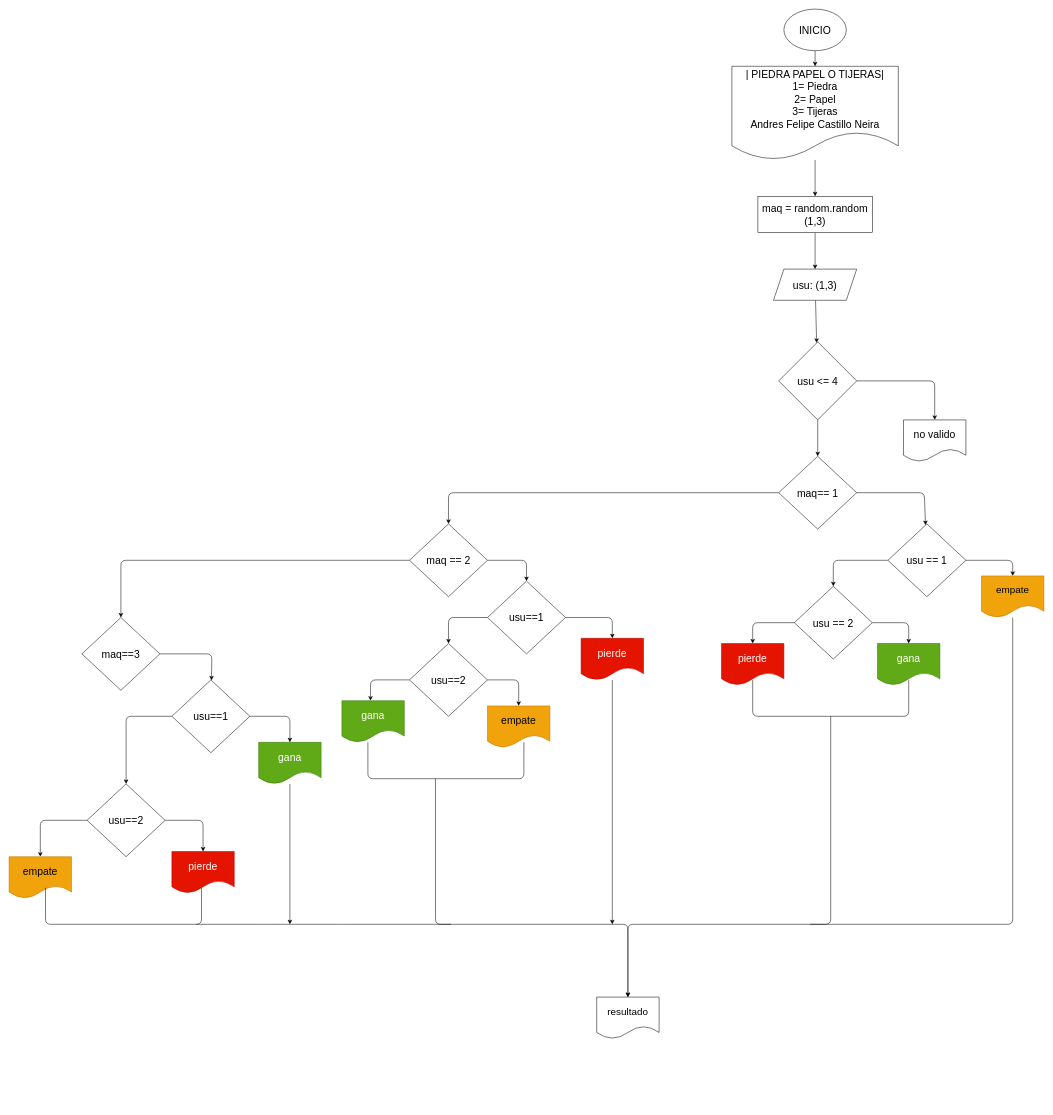
Above: diagrama.drawio in AndresCastillo15/Piedra_papel_tijera (draw.io), before the change. Source tidied: cells renumbered, new cells numbered last; positions are measured from the earlier drawing's top-left corner, leaving out a move shared by most shapes. Both pictures are drawn from the tidied source at 52%, with x=0, y=0 at pixel (9, 9).
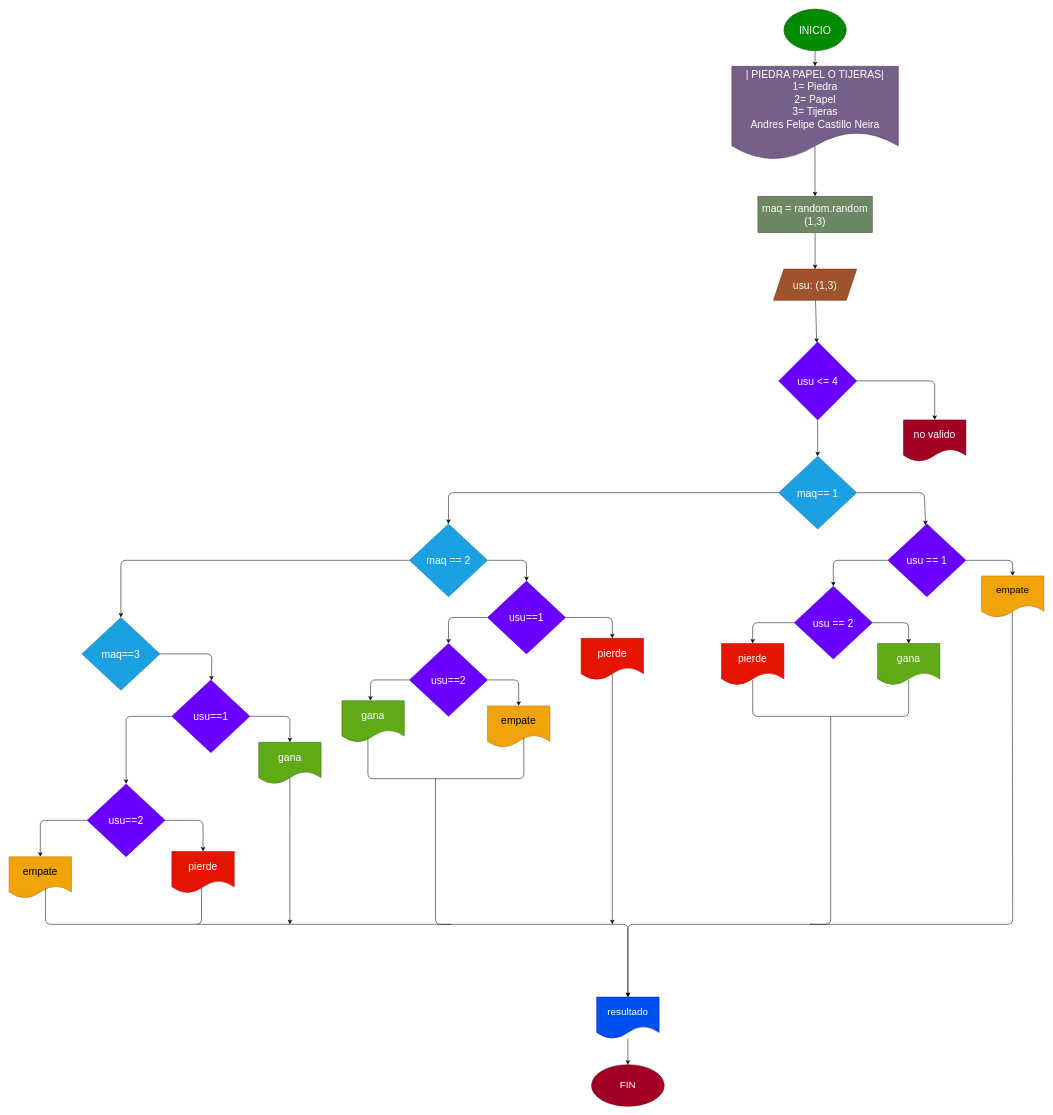
The same page after the edit.

Unchanged cells that the change refers to:
```xml
<mxCell id="16" value="empate" style="shape=document;whiteSpace=wrap;html=1;boundedLbl=1;fontSize=19;fillColor=#f0a30a;fontColor=#000000;strokeColor=#BD7000;" parent="1" vertex="1">
  <mxGeometry x="1870" y="1090" width="120" height="80" as="geometry" />
</mxCell>
<mxCell id="28" value="pierde" style="shape=document;whiteSpace=wrap;html=1;boundedLbl=1;fontSize=20;fillColor=#e51400;fontColor=#ffffff;strokeColor=#B20000;" parent="1" vertex="1">
  <mxGeometry x="1100" y="1210" width="120" height="80" as="geometry" />
</mxCell>
<mxCell id="32" value="empate" style="shape=document;whiteSpace=wrap;html=1;boundedLbl=1;fontSize=20;fillColor=#f0a30a;fontColor=#000000;strokeColor=#BD7000;" parent="1" vertex="1">
  <mxGeometry x="920" y="1340" width="120" height="80" as="geometry" />
</mxCell>
<mxCell id="33" value="gana" style="shape=document;whiteSpace=wrap;html=1;boundedLbl=1;fontSize=20;fillColor=#60a917;fontColor=#ffffff;strokeColor=#2D7600;" parent="1" vertex="1">
  <mxGeometry x="640" y="1330" width="120" height="80" as="geometry" />
</mxCell>
<mxCell id="44" value="gana" style="shape=document;whiteSpace=wrap;html=1;boundedLbl=1;fontSize=20;fillColor=#60a917;fontColor=#ffffff;strokeColor=#2D7600;" parent="1" vertex="1">
  <mxGeometry x="480" y="1410" width="120" height="80" as="geometry" />
</mxCell>
```

What changed in the source:
```diff
@@
-    <mxCell id="3" value="INICIO" style="ellipse;whiteSpace=wrap;html=1;fontSize=20;" parent="1" vertex="1">
+    <mxCell id="3" value="INICIO" style="ellipse;whiteSpace=wrap;html=1;fontSize=20;fillColor=#008a00;fontColor=#ffffff;strokeColor=#005700;" parent="1" vertex="1">
       <mxGeometry x="1490" width="120" height="80" as="geometry" />
     </mxCell>
-    <mxCell id="4" style="edgeStyle=none;html=1;fontSize=20;" parent="1" edge="1" source="5" target="7">
+    <mxCell id="4" style="edgeStyle=none;html=1;fontSize=20;exitX=0.499;exitY=0.847;exitDx=0;exitDy=0;exitPerimeter=0;" parent="1" edge="1" source="5" target="7">
       <mxGeometry relative="1" as="geometry" />
     </mxCell>
-    <mxCell id="5" value="| PIEDRA PAPEL O TIJERAS|&lt;br&gt;1= Piedra&lt;br&gt;2= Papel&lt;br&gt;3= Tijeras&lt;br&gt;&lt;div style=&quot;&quot;&gt;&lt;span style=&quot;background-color: initial;&quot;&gt;Andres Felipe Castillo Neira&lt;/span&gt;&lt;/div&gt;" style="shape=document;whiteSpace=wrap;html=1;boundedLbl=1;fontSize=20;" parent="1" vertex="1">
+    <mxCell id="5" value="| PIEDRA PAPEL O TIJERAS|&lt;br&gt;1= Piedra&lt;br&gt;2= Papel&lt;br&gt;3= Tijeras&lt;br&gt;&lt;div style=&quot;&quot;&gt;&lt;span style=&quot;background-color: initial;&quot;&gt;Andres Felipe Castillo Neira&lt;/span&gt;&lt;/div&gt;" style="shape=document;whiteSpace=wrap;html=1;boundedLbl=1;fontSize=20;fillColor=#76608a;fontColor=#ffffff;strokeColor=#432D57;" parent="1" vertex="1">
       <mxGeometry x="1390" y="110" width="320" height="180" as="geometry" />
     </mxCell>
@@
-    <mxCell id="7" value="maq = random.random (1,3)" style="whiteSpace=wrap;html=1;fontSize=20;" parent="1" vertex="1">
+    <mxCell id="7" value="maq = random.random (1,3)" style="whiteSpace=wrap;html=1;fontSize=20;fillColor=#6d8764;fontColor=#ffffff;strokeColor=#3A5431;" parent="1" vertex="1">
       <mxGeometry x="1440" y="360" width="220" height="70" as="geometry" />
     </mxCell>
@@
-    <mxCell id="9" value="usu: (1,3)" style="shape=parallelogram;perimeter=parallelogramPerimeter;whiteSpace=wrap;html=1;fixedSize=1;fontSize=20;" parent="1" vertex="1">
+    <mxCell id="9" value="usu: (1,3)" style="shape=parallelogram;perimeter=parallelogramPerimeter;whiteSpace=wrap;html=1;fixedSize=1;fontSize=20;fillColor=#a0522d;fontColor=#ffffff;strokeColor=#6D1F00;" parent="1" vertex="1">
       <mxGeometry x="1470" y="500" width="160" height="60" as="geometry" />
     </mxCell>
@@
-    <mxCell id="12" value="maq== 1" style="rhombus;whiteSpace=wrap;html=1;fontSize=20;" parent="1" vertex="1">
+    <mxCell id="12" value="maq== 1" style="rhombus;whiteSpace=wrap;html=1;fontSize=20;fillColor=#1ba1e2;fontColor=#ffffff;strokeColor=#006EAF;" parent="1" vertex="1">
       <mxGeometry x="1480" y="860" width="150" height="140" as="geometry" />
     </mxCell>
@@
-    <mxCell id="15" value="usu == 1" style="rhombus;whiteSpace=wrap;html=1;fontSize=20;" parent="1" vertex="1">
+    <mxCell id="15" value="usu == 1" style="rhombus;whiteSpace=wrap;html=1;fontSize=20;fillColor=#6a00ff;fontColor=#ffffff;strokeColor=#3700CC;" parent="1" vertex="1">
       <mxGeometry x="1690" y="990" width="150" height="140" as="geometry" />
     </mxCell>
@@
-    <mxCell id="19" value="usu == 2" style="rhombus;whiteSpace=wrap;html=1;fontSize=20;" parent="1" vertex="1">
+    <mxCell id="19" value="usu == 2" style="rhombus;whiteSpace=wrap;html=1;fontSize=20;fillColor=#6a00ff;fontColor=#ffffff;strokeColor=#3700CC;" parent="1" vertex="1">
       <mxGeometry x="1510" y="1110" width="150" height="140" as="geometry" />
     </mxCell>
@@
-    <mxCell id="23" value="maq == 2" style="rhombus;whiteSpace=wrap;html=1;fontSize=20;" parent="1" vertex="1">
+    <mxCell id="23" value="maq == 2" style="rhombus;whiteSpace=wrap;html=1;fontSize=20;fillColor=#1ba1e2;fontColor=#ffffff;strokeColor=#006EAF;" parent="1" vertex="1">
       <mxGeometry x="770" y="990" width="150" height="140" as="geometry" />
     </mxCell>
@@
-    <mxCell id="26" value="usu==1" style="rhombus;whiteSpace=wrap;html=1;fontSize=20;" parent="1" vertex="1">
+    <mxCell id="26" value="usu==1" style="rhombus;whiteSpace=wrap;html=1;fontSize=20;fillColor=#6a00ff;fontColor=#ffffff;strokeColor=#3700CC;" parent="1" vertex="1">
       <mxGeometry x="920" y="1100" width="150" height="140" as="geometry" />
     </mxCell>
-    <mxCell id="27" style="edgeStyle=none;html=1;fontSize=19;" parent="1" edge="1" source="28">
+    <mxCell id="27" style="edgeStyle=none;html=1;fontSize=19;exitX=0.5;exitY=0.865;exitDx=0;exitDy=0;exitPerimeter=0;" parent="1" edge="1" source="28">
       <mxGeometry relative="1" as="geometry">
         <mxPoint x="1160" y="1760" as="targetPoint" />
       </mxGeometry>
     </mxCell>
@@
-    <mxCell id="31" value="usu==2" style="rhombus;whiteSpace=wrap;html=1;fontSize=20;" parent="1" vertex="1">
+    <mxCell id="31" value="usu==2" style="rhombus;whiteSpace=wrap;html=1;fontSize=20;fillColor=#6a00ff;fontColor=#ffffff;strokeColor=#3700CC;" parent="1" vertex="1">
       <mxGeometry x="770" y="1220" width="150" height="140" as="geometry" />
     </mxCell>
@@
-    <mxCell id="35" value="maq==3" style="rhombus;whiteSpace=wrap;html=1;fontSize=20;" parent="1" vertex="1">
+    <mxCell id="35" value="maq==3" style="rhombus;whiteSpace=wrap;html=1;fontSize=20;fillColor=#1ba1e2;fontColor=#ffffff;strokeColor=#006EAF;" parent="1" vertex="1">
       <mxGeometry x="140" y="1170" width="150" height="140" as="geometry" />
     </mxCell>
@@
-    <mxCell id="38" value="usu==1" style="rhombus;whiteSpace=wrap;html=1;fontSize=20;" parent="1" vertex="1">
+    <mxCell id="38" value="usu==1" style="rhombus;whiteSpace=wrap;html=1;fontSize=20;fillColor=#6a00ff;fontColor=#ffffff;strokeColor=#3700CC;" parent="1" vertex="1">
       <mxGeometry x="313" y="1290" width="150" height="140" as="geometry" />
     </mxCell>
@@
-    <mxCell id="41" value="usu &amp;lt;= 4" style="rhombus;whiteSpace=wrap;html=1;fontSize=20;" parent="1" vertex="1">
+    <mxCell id="41" value="usu &amp;lt;= 4" style="rhombus;whiteSpace=wrap;html=1;fontSize=20;fillColor=#6a00ff;fontColor=#ffffff;strokeColor=#3700CC;" parent="1" vertex="1">
       <mxGeometry x="1480" y="640" width="150" height="150" as="geometry" />
     </mxCell>
-    <mxCell id="42" value="no valido" style="shape=document;whiteSpace=wrap;html=1;boundedLbl=1;fontSize=20;" parent="1" vertex="1">
+    <mxCell id="42" value="no valido" style="shape=document;whiteSpace=wrap;html=1;boundedLbl=1;fontSize=20;fillColor=#a20025;fontColor=#ffffff;strokeColor=#6F0000;" parent="1" vertex="1">
       <mxGeometry x="1720" y="790" width="120" height="80" as="geometry" />
     </mxCell>
@@
-    <mxCell id="47" value="usu==2" style="rhombus;whiteSpace=wrap;html=1;fontSize=20;" parent="1" vertex="1">
+    <mxCell id="47" value="usu==2" style="rhombus;whiteSpace=wrap;html=1;fontSize=20;fillColor=#6a00ff;fontColor=#ffffff;strokeColor=#3700CC;" parent="1" vertex="1">
       <mxGeometry x="150" y="1490" width="150" height="140" as="geometry" />
     </mxCell>
@@
-    <mxCell id="51" style="endArrow=none;html=1;fontSize=19;entryX=0.5;entryY=0.875;entryDx=0;entryDy=0;entryPerimeter=0;exitX=0.5;exitY=0.875;exitDx=0;exitDy=0;exitPerimeter=0;" parent="1" edge="1">
+    <mxCell id="51" style="endArrow=none;html=1;fontSize=19;entryX=0.417;entryY=0.897;entryDx=0;entryDy=0;entryPerimeter=0;exitX=0.581;exitY=0.772;exitDx=0;exitDy=0;exitPerimeter=0;" parent="1" edge="1" source="32" target="33">
       <mxGeometry relative="1" as="geometry">
-        <mxPoint x="990" y="1410" as="sourcePoint" />
-        <mxPoint x="690" y="1410" as="targetPoint" />
         <Array as="points">
           <mxPoint x="990" y="1480" />
           <mxPoint x="690" y="1480" />
         </Array>
       </mxGeometry>
     </mxCell>
@@
+    <mxCell id="59" style="edgeStyle=none;html=1;" parent="1" edge="1" source="53" target="60">
+      <mxGeometry relative="1" as="geometry" />
+    </mxCell>
-    <mxCell id="53" value="resultado" style="shape=document;whiteSpace=wrap;html=1;boundedLbl=1;fontSize=19;" parent="1" vertex="1">
+    <mxCell id="53" value="resultado" style="shape=document;whiteSpace=wrap;html=1;boundedLbl=1;fontSize=19;fillColor=#0050ef;fontColor=#ffffff;strokeColor=#001DBC;" parent="1" vertex="1">
       <mxGeometry x="1130" y="1900" width="120" height="80" as="geometry" />
     </mxCell>
@@
-    <mxCell id="56" style="endArrow=none;html=1;fontSize=19;" parent="1" edge="1" target="16">
+    <mxCell id="56" style="endArrow=none;html=1;fontSize=19;entryX=0.493;entryY=0.862;entryDx=0;entryDy=0;entryPerimeter=0;" parent="1" edge="1" target="16">
       <mxGeometry relative="1" as="geometry">
         <mxPoint x="1540" y="1760" as="sourcePoint" />
         <Array as="points">
           <mxPoint x="1930" y="1760" />
         </Array>
       </mxGeometry>
     </mxCell>
@@
-    <mxCell id="58" style="endArrow=classic;html=1;fontSize=19;" parent="1" edge="1" source="44">
+    <mxCell id="58" style="endArrow=classic;html=1;fontSize=19;exitX=0.499;exitY=0.859;exitDx=0;exitDy=0;exitPerimeter=0;" parent="1" edge="1" source="44">
       <mxGeometry relative="1" as="geometry">
         <mxPoint x="540" y="1760" as="targetPoint" />
       </mxGeometry>
     </mxCell>
+    <mxCell id="60" value="FIN" style="ellipse;whiteSpace=wrap;html=1;fontSize=19;fillColor=#a20025;fontColor=#ffffff;strokeColor=#6F0000;" parent="1" vertex="1">
+      <mxGeometry x="1120" y="2030" width="140" height="80" as="geometry" />
+    </mxCell>
```
